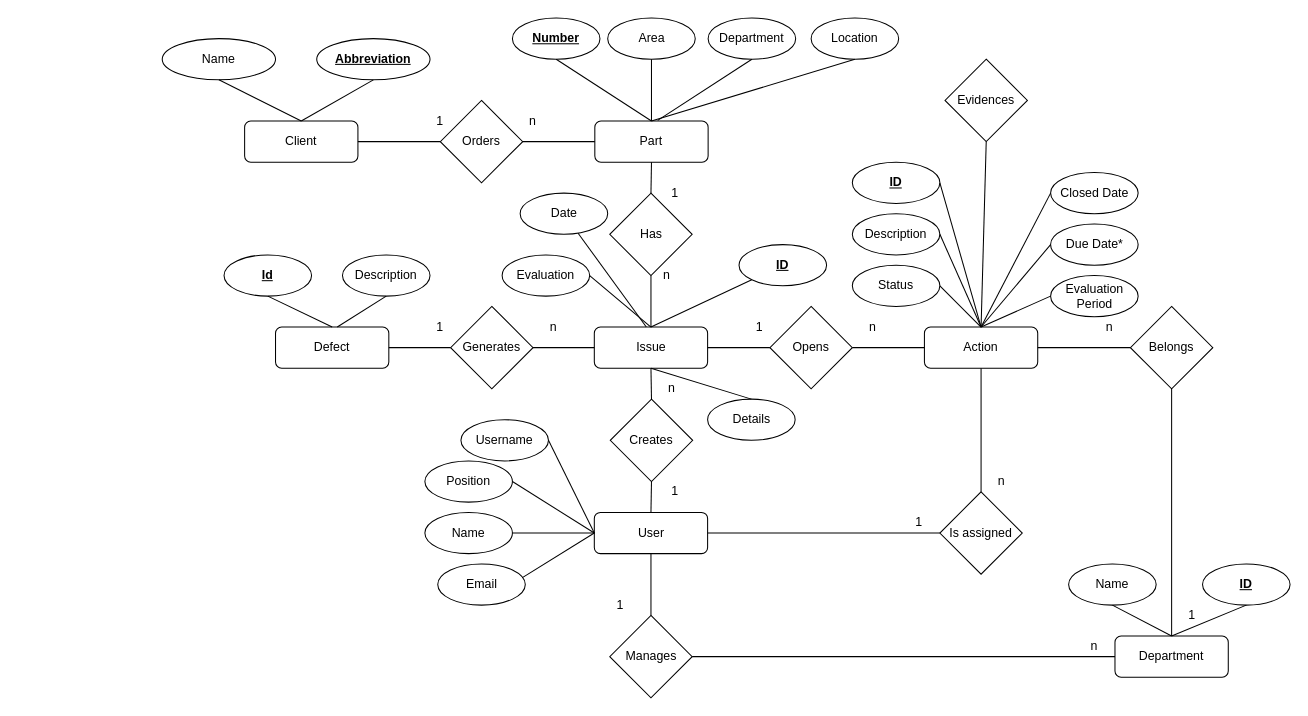
The draw.io diagram api/db/model/EntityRelationshipDiagram.drawio in FFahrenheit/ScrapActionListAPI, before the edit. Source tidied: cells renumbered, new cells numbered last; positions are measured from the earlier drawing's top-left corner, leaving out a move shared by most shapes. Both pictures are drawn from the tidied source at 103%, with x=0, y=0 at pixel (162, 18).
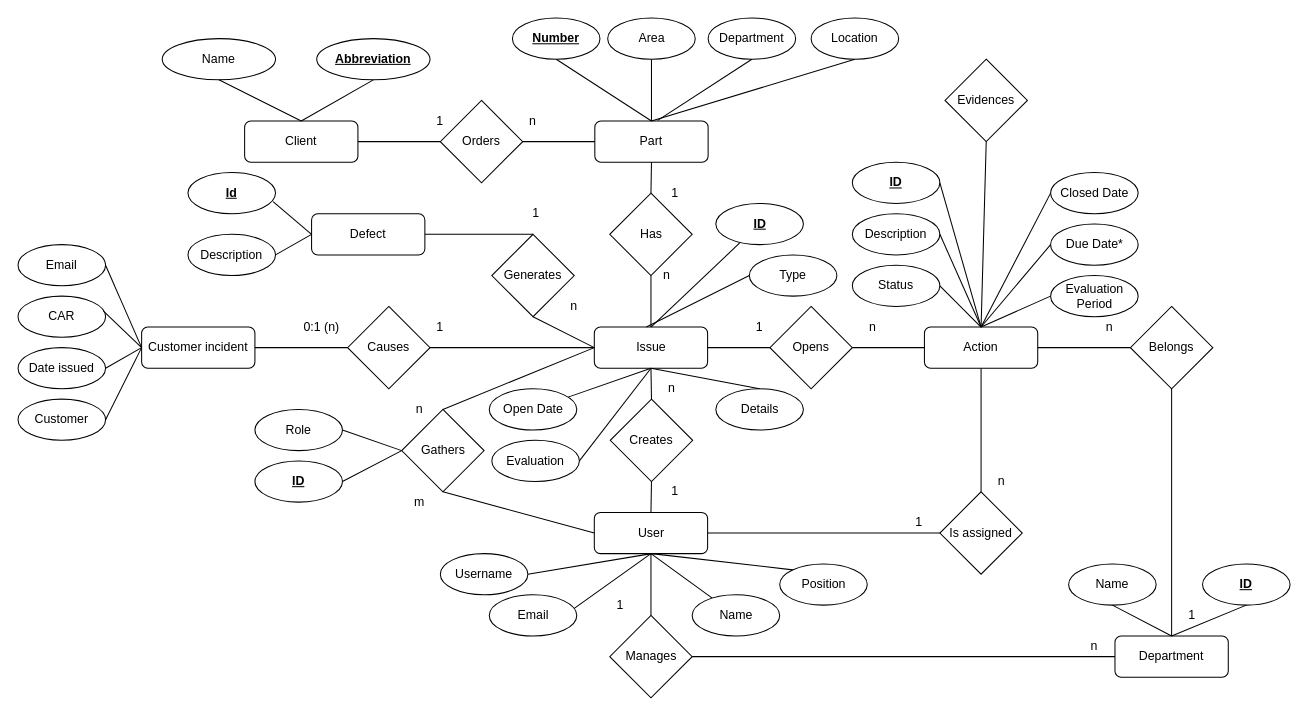
After the change.

Commit message (it also covers changes not shown here):
Diagramas de bases de datos actualizados

Hasta requerimientos de D1

The change refers to these unchanged cells:
```xml
<mxCell id="22" value="Issue" style="rounded=1;whiteSpace=wrap;html=1;" parent="1" vertex="1">
  <mxGeometry x="419.5" y="300" width="110" height="40" as="geometry" />
</mxCell>
<mxCell id="35" value="User" style="rounded=1;whiteSpace=wrap;html=1;" parent="1" vertex="1">
  <mxGeometry x="419.5" y="480" width="110" height="40" as="geometry" />
</mxCell>
```

The edit, as a diff of the source:
```diff
@@
     <mxCell id="27" value="Defect" style="rounded=1;whiteSpace=wrap;html=1;" parent="1" vertex="1">
-      <mxGeometry x="110" y="300" width="110" height="40" as="geometry" />
+      <mxGeometry x="145" y="190" width="110" height="40" as="geometry" />
     </mxCell>
     <mxCell id="28" value="&lt;b&gt;&lt;u&gt;Id&lt;/u&gt;&lt;/b&gt;" style="ellipse;whiteSpace=wrap;html=1;" parent="1" vertex="1">
-      <mxGeometry x="60" y="230" width="85" height="40" as="geometry" />
+      <mxGeometry x="25" y="150" width="85" height="40" as="geometry" />
     </mxCell>
     <mxCell id="29" value="Description" style="ellipse;whiteSpace=wrap;html=1;" parent="1" vertex="1">
-      <mxGeometry x="175" y="230" width="85" height="40" as="geometry" />
+      <mxGeometry x="25" y="210" width="85" height="40" as="geometry" />
     </mxCell>
     <mxCell id="30" value="Generates" style="rhombus;whiteSpace=wrap;html=1;" parent="1" vertex="1">
-      <mxGeometry x="280" y="280" width="80" height="80" as="geometry" />
+      <mxGeometry x="320" y="210" width="80" height="80" as="geometry" />
     </mxCell>
-    <mxCell id="31" style="endArrow=none;html=1;entryX=0;entryY=0.5;entryDx=0;entryDy=0;exitX=1;exitY=0.5;exitDx=0;exitDy=0;" parent="1" edge="1" source="30" target="22">
+    <mxCell id="31" style="endArrow=none;html=1;entryX=0;entryY=0.5;entryDx=0;entryDy=0;exitX=0.5;exitY=1;exitDx=0;exitDy=0;" parent="1" edge="1" source="30" target="22">
       <mxGeometry relative="1" as="geometry" />
     </mxCell>
-    <mxCell id="32" style="endArrow=none;html=1;entryX=0;entryY=0.5;entryDx=0;entryDy=0;exitX=1;exitY=0.5;exitDx=0;exitDy=0;" parent="1" edge="1" source="27" target="30">
+    <mxCell id="32" style="endArrow=none;html=1;exitX=1;exitY=0.5;exitDx=0;exitDy=0;entryX=0.5;entryY=0;entryDx=0;entryDy=0;" parent="1" edge="1" source="27" target="30">
       <mxGeometry relative="1" as="geometry" />
     </mxCell>
-    <mxCell id="33" style="endArrow=none;html=1;entryX=0.5;entryY=1;entryDx=0;entryDy=0;exitX=0.5;exitY=0;exitDx=0;exitDy=0;" parent="1" edge="1" source="27" target="28">
+    <mxCell id="33" style="endArrow=none;html=1;entryX=0.972;entryY=0.705;entryDx=0;entryDy=0;exitX=0;exitY=0.5;exitDx=0;exitDy=0;entryPerimeter=0;" parent="1" edge="1" source="27" target="28">
       <mxGeometry relative="1" as="geometry" />
     </mxCell>
-    <mxCell id="34" style="endArrow=none;html=1;entryX=0.5;entryY=1;entryDx=0;entryDy=0;exitX=0.545;exitY=0;exitDx=0;exitDy=0;exitPerimeter=0;" parent="1" edge="1" source="27" target="29">
+    <mxCell id="34" style="endArrow=none;html=1;entryX=1;entryY=0.5;entryDx=0;entryDy=0;exitX=0;exitY=0.5;exitDx=0;exitDy=0;" parent="1" edge="1" source="27" target="29">
       <mxGeometry relative="1" as="geometry" />
     </mxCell>
@@
     <mxCell id="39" value="1" style="text;html=1;strokeColor=none;fillColor=none;align=center;verticalAlign=middle;whiteSpace=wrap;rounded=0;" parent="1" vertex="1">
-      <mxGeometry x="250" y="290" width="40" height="20" as="geometry" />
+      <mxGeometry x="342.5" y="180" width="40" height="20" as="geometry" />
     </mxCell>
     <mxCell id="40" value="n" style="text;html=1;strokeColor=none;fillColor=none;align=center;verticalAlign=middle;whiteSpace=wrap;rounded=0;" parent="1" vertex="1">
-      <mxGeometry x="360" y="290" width="40" height="20" as="geometry" />
+      <mxGeometry x="380" y="270" width="40" height="20" as="geometry" />
     </mxCell>
@@
     <mxCell id="43" value="Username" style="ellipse;whiteSpace=wrap;html=1;" parent="1" vertex="1">
-      <mxGeometry x="290" y="390" width="85" height="40" as="geometry" />
+      <mxGeometry x="270" y="520" width="85" height="40" as="geometry" />
     </mxCell>
     <mxCell id="44" value="Name" style="ellipse;whiteSpace=wrap;html=1;" parent="1" vertex="1">
-      <mxGeometry x="255" y="480" width="85" height="40" as="geometry" />
+      <mxGeometry x="514.5" y="560" width="85" height="40" as="geometry" />
     </mxCell>
     <mxCell id="45" value="Email" style="ellipse;whiteSpace=wrap;html=1;" parent="1" vertex="1">
-      <mxGeometry x="267.5" y="530" width="85" height="40" as="geometry" />
+      <mxGeometry x="317.5" y="560" width="85" height="40" as="geometry" />
     </mxCell>
     <mxCell id="46" value="Position" style="ellipse;whiteSpace=wrap;html=1;" parent="1" vertex="1">
-      <mxGeometry x="255" y="430" width="85" height="40" as="geometry" />
+      <mxGeometry x="599.5" y="530" width="85" height="40" as="geometry" />
     </mxCell>
-    <mxCell id="47" style="endArrow=none;html=1;entryX=0;entryY=0.5;entryDx=0;entryDy=0;exitX=1;exitY=0.5;exitDx=0;exitDy=0;" parent="1" edge="1" source="46" target="35">
-      <mxGeometry relative="1" as="geometry" />
+    <mxCell id="47" style="endArrow=none;html=1;exitX=0;exitY=0;exitDx=0;exitDy=0;" parent="1" edge="1" source="46">
+      <mxGeometry relative="1" as="geometry">
+        <mxPoint x="475" y="520" as="targetPoint" />
+      </mxGeometry>
     </mxCell>
-    <mxCell id="48" style="endArrow=none;html=1;entryX=0;entryY=0.5;entryDx=0;entryDy=0;exitX=1;exitY=0.5;exitDx=0;exitDy=0;" parent="1" edge="1" source="43" target="35">
-      <mxGeometry relative="1" as="geometry" />
+    <mxCell id="48" style="endArrow=none;html=1;exitX=1;exitY=0.5;exitDx=0;exitDy=0;" parent="1" edge="1" source="43">
+      <mxGeometry relative="1" as="geometry">
+        <mxPoint x="475" y="520" as="targetPoint" />
+      </mxGeometry>
     </mxCell>
-    <mxCell id="49" style="endArrow=none;html=1;" parent="1" edge="1" source="44">
-      <mxGeometry relative="1" as="geometry">
-        <mxPoint x="420" y="500" as="targetPoint" />
-      </mxGeometry>
+    <mxCell id="49" style="endArrow=none;html=1;entryX=0.5;entryY=1;entryDx=0;entryDy=0;" parent="1" edge="1" source="44" target="35">
+      <mxGeometry relative="1" as="geometry" />
     </mxCell>
-    <mxCell id="50" style="endArrow=none;html=1;exitX=0.967;exitY=0.333;exitDx=0;exitDy=0;entryX=0;entryY=0.5;entryDx=0;entryDy=0;exitPerimeter=0;" parent="1" edge="1" source="45" target="35">
+    <mxCell id="50" style="endArrow=none;html=1;exitX=0.967;exitY=0.333;exitDx=0;exitDy=0;entryX=0.5;entryY=1;entryDx=0;entryDy=0;exitPerimeter=0;" parent="1" edge="1" source="45" target="35">
       <mxGeometry relative="1" as="geometry" />
     </mxCell>
@@
     <mxCell id="83" value="&lt;b&gt;&lt;u&gt;ID&lt;/u&gt;&lt;/b&gt;" style="ellipse;whiteSpace=wrap;html=1;" parent="1" vertex="1">
-      <mxGeometry x="560" y="220" width="85" height="40" as="geometry" />
+      <mxGeometry x="537.5" y="180" width="85" height="40" as="geometry" />
     </mxCell>
@@
-    <mxCell id="85" value="Date" style="ellipse;whiteSpace=wrap;html=1;" parent="1" vertex="1">
-      <mxGeometry x="347.5" y="170" width="85" height="40" as="geometry" />
+    <mxCell id="85" value="Open Date" style="ellipse;whiteSpace=wrap;html=1;" parent="1" vertex="1">
+      <mxGeometry x="317.5" y="360" width="85" height="40" as="geometry" />
     </mxCell>
-    <mxCell id="86" style="endArrow=none;html=1;" parent="1" edge="1" target="85">
-      <mxGeometry relative="1" as="geometry">
-        <mxPoint x="470" y="300" as="sourcePoint" />
-      </mxGeometry>
+    <mxCell id="86" style="endArrow=none;html=1;exitX=0.5;exitY=1;exitDx=0;exitDy=0;" parent="1" edge="1" source="22" target="85">
+      <mxGeometry relative="1" as="geometry" />
     </mxCell>
@@
     <mxCell id="93" value="Details" style="ellipse;whiteSpace=wrap;html=1;" parent="1" vertex="1">
-      <mxGeometry x="529.5" y="370" width="85" height="40" as="geometry" />
+      <mxGeometry x="537.5" y="360" width="85" height="40" as="geometry" />
     </mxCell>
@@
     <mxCell id="97" value="Evaluation" style="ellipse;whiteSpace=wrap;html=1;" parent="1" vertex="1">
-      <mxGeometry x="330" y="230" width="85" height="40" as="geometry" />
+      <mxGeometry x="320" y="410" width="85" height="40" as="geometry" />
     </mxCell>
-    <mxCell id="98" style="endArrow=none;html=1;rounded=0;entryX=1;entryY=0.5;entryDx=0;entryDy=0;exitX=0.5;exitY=0;exitDx=0;exitDy=0;" parent="1" edge="1" source="22" target="97">
+    <mxCell id="98" style="endArrow=none;html=1;rounded=0;entryX=1;entryY=0.5;entryDx=0;entryDy=0;exitX=0.5;exitY=1;exitDx=0;exitDy=0;" parent="1" edge="1" source="22" target="97">
       <mxGeometry relative="1" as="geometry" />
     </mxCell>
+    <mxCell id="99" value="Type" style="ellipse;whiteSpace=wrap;html=1;" parent="1" vertex="1">
+      <mxGeometry x="570" y="230" width="85" height="40" as="geometry" />
+    </mxCell>
+    <mxCell id="100" style="endArrow=none;html=1;rounded=0;entryX=0;entryY=0.5;entryDx=0;entryDy=0;" parent="1" edge="1" target="99">
+      <mxGeometry relative="1" as="geometry">
+        <mxPoint x="470" y="300" as="sourcePoint" />
+      </mxGeometry>
+    </mxCell>
+    <mxCell id="101" value="Gathers" style="rhombus;whiteSpace=wrap;html=1;" parent="1" vertex="1">
+      <mxGeometry x="232.5" y="380" width="80" height="80" as="geometry" />
+    </mxCell>
+    <mxCell id="102" style="endArrow=none;html=1;rounded=0;entryX=0;entryY=0.5;entryDx=0;entryDy=0;exitX=0.5;exitY=0;exitDx=0;exitDy=0;" parent="1" edge="1" source="101" target="22">
+      <mxGeometry relative="1" as="geometry" />
+    </mxCell>
+    <mxCell id="103" style="endArrow=none;html=1;rounded=0;exitX=0.5;exitY=1;exitDx=0;exitDy=0;entryX=0;entryY=0.5;entryDx=0;entryDy=0;" parent="1" edge="1" source="101" target="35">
+      <mxGeometry relative="1" as="geometry" />
+    </mxCell>
+    <mxCell id="104" value="n" style="text;html=1;strokeColor=none;fillColor=none;align=center;verticalAlign=middle;whiteSpace=wrap;rounded=0;" parent="1" vertex="1">
+      <mxGeometry x="230" y="370" width="40" height="20" as="geometry" />
+    </mxCell>
+    <mxCell id="105" value="m" style="text;html=1;strokeColor=none;fillColor=none;align=center;verticalAlign=middle;whiteSpace=wrap;rounded=0;" parent="1" vertex="1">
+      <mxGeometry x="230" y="460" width="40" height="20" as="geometry" />
+    </mxCell>
+    <mxCell id="106" value="Role" style="ellipse;whiteSpace=wrap;html=1;" parent="1" vertex="1">
+      <mxGeometry x="90" y="380" width="85" height="40" as="geometry" />
+    </mxCell>
+    <mxCell id="107" style="endArrow=none;html=1;rounded=0;entryX=0;entryY=0.5;entryDx=0;entryDy=0;exitX=1;exitY=0.5;exitDx=0;exitDy=0;" parent="1" edge="1" source="106" target="101">
+      <mxGeometry relative="1" as="geometry" />
+    </mxCell>
+    <mxCell id="108" value="&lt;b&gt;&lt;u&gt;ID&lt;/u&gt;&lt;/b&gt;" style="ellipse;whiteSpace=wrap;html=1;" parent="1" vertex="1">
+      <mxGeometry x="90" y="430" width="85" height="40" as="geometry" />
+    </mxCell>
+    <mxCell id="109" style="endArrow=none;html=1;rounded=0;entryX=0;entryY=0.5;entryDx=0;entryDy=0;exitX=1;exitY=0.5;exitDx=0;exitDy=0;" parent="1" edge="1" source="108" target="101">
+      <mxGeometry relative="1" as="geometry" />
+    </mxCell>
+    <mxCell id="110" value="Causes" style="rhombus;whiteSpace=wrap;html=1;" parent="1" vertex="1">
+      <mxGeometry x="180" y="280" width="80" height="80" as="geometry" />
+    </mxCell>
+    <mxCell id="111" style="endArrow=none;html=1;rounded=0;entryX=0;entryY=0.5;entryDx=0;entryDy=0;exitX=1;exitY=0.5;exitDx=0;exitDy=0;" parent="1" edge="1" source="110" target="22">
+      <mxGeometry relative="1" as="geometry" />
+    </mxCell>
+    <mxCell id="112" value="Customer incident" style="rounded=1;whiteSpace=wrap;html=1;" parent="1" vertex="1">
+      <mxGeometry x="-20" y="300" width="110" height="40" as="geometry" />
+    </mxCell>
+    <mxCell id="113" style="endArrow=none;html=1;rounded=0;entryX=0;entryY=0.5;entryDx=0;entryDy=0;exitX=1;exitY=0.5;exitDx=0;exitDy=0;" parent="1" edge="1" source="112" target="110">
+      <mxGeometry relative="1" as="geometry" />
+    </mxCell>
+    <mxCell id="114" value="CAR" style="ellipse;whiteSpace=wrap;html=1;" parent="1" vertex="1">
+      <mxGeometry x="-140" y="270" width="85" height="40" as="geometry" />
+    </mxCell>
+    <mxCell id="115" value="Date issued" style="ellipse;whiteSpace=wrap;html=1;" parent="1" vertex="1">
+      <mxGeometry x="-140" y="320" width="85" height="40" as="geometry" />
+    </mxCell>
+    <mxCell id="116" style="endArrow=none;html=1;rounded=0;entryX=0.976;entryY=0.367;entryDx=0;entryDy=0;entryPerimeter=0;exitX=0;exitY=0.5;exitDx=0;exitDy=0;" parent="1" edge="1" source="112" target="114">
+      <mxGeometry relative="1" as="geometry" />
+    </mxCell>
+    <mxCell id="117" style="endArrow=none;html=1;rounded=0;entryX=0;entryY=0.5;entryDx=0;entryDy=0;exitX=1;exitY=0.5;exitDx=0;exitDy=0;" parent="1" edge="1" source="115" target="112">
+      <mxGeometry relative="1" as="geometry" />
+    </mxCell>
+    <mxCell id="118" value="Customer" style="ellipse;whiteSpace=wrap;html=1;" parent="1" vertex="1">
+      <mxGeometry x="-140" y="370" width="85" height="40" as="geometry" />
+    </mxCell>
+    <mxCell id="119" value="Email" style="ellipse;whiteSpace=wrap;html=1;" parent="1" vertex="1">
+      <mxGeometry x="-140" y="220" width="85" height="40" as="geometry" />
+    </mxCell>
+    <mxCell id="120" style="endArrow=none;html=1;rounded=0;exitX=1;exitY=0.5;exitDx=0;exitDy=0;entryX=0;entryY=0.5;entryDx=0;entryDy=0;" parent="1" edge="1" source="118" target="112">
+      <mxGeometry relative="1" as="geometry" />
+    </mxCell>
+    <mxCell id="121" style="endArrow=none;html=1;rounded=0;entryX=0;entryY=0.5;entryDx=0;entryDy=0;exitX=1;exitY=0.5;exitDx=0;exitDy=0;" parent="1" edge="1" source="119" target="112">
+      <mxGeometry relative="1" as="geometry" />
+    </mxCell>
+    <mxCell id="122" value="1" style="text;html=1;strokeColor=none;fillColor=none;align=center;verticalAlign=middle;whiteSpace=wrap;rounded=0;" parent="1" vertex="1">
+      <mxGeometry x="250" y="290" width="40" height="20" as="geometry" />
+    </mxCell>
+    <mxCell id="123" value="0:1 (n)" style="text;html=1;strokeColor=none;fillColor=none;align=center;verticalAlign=middle;whiteSpace=wrap;rounded=0;" parent="1" vertex="1">
+      <mxGeometry x="135" y="290" width="40" height="20" as="geometry" />
+    </mxCell>
```
